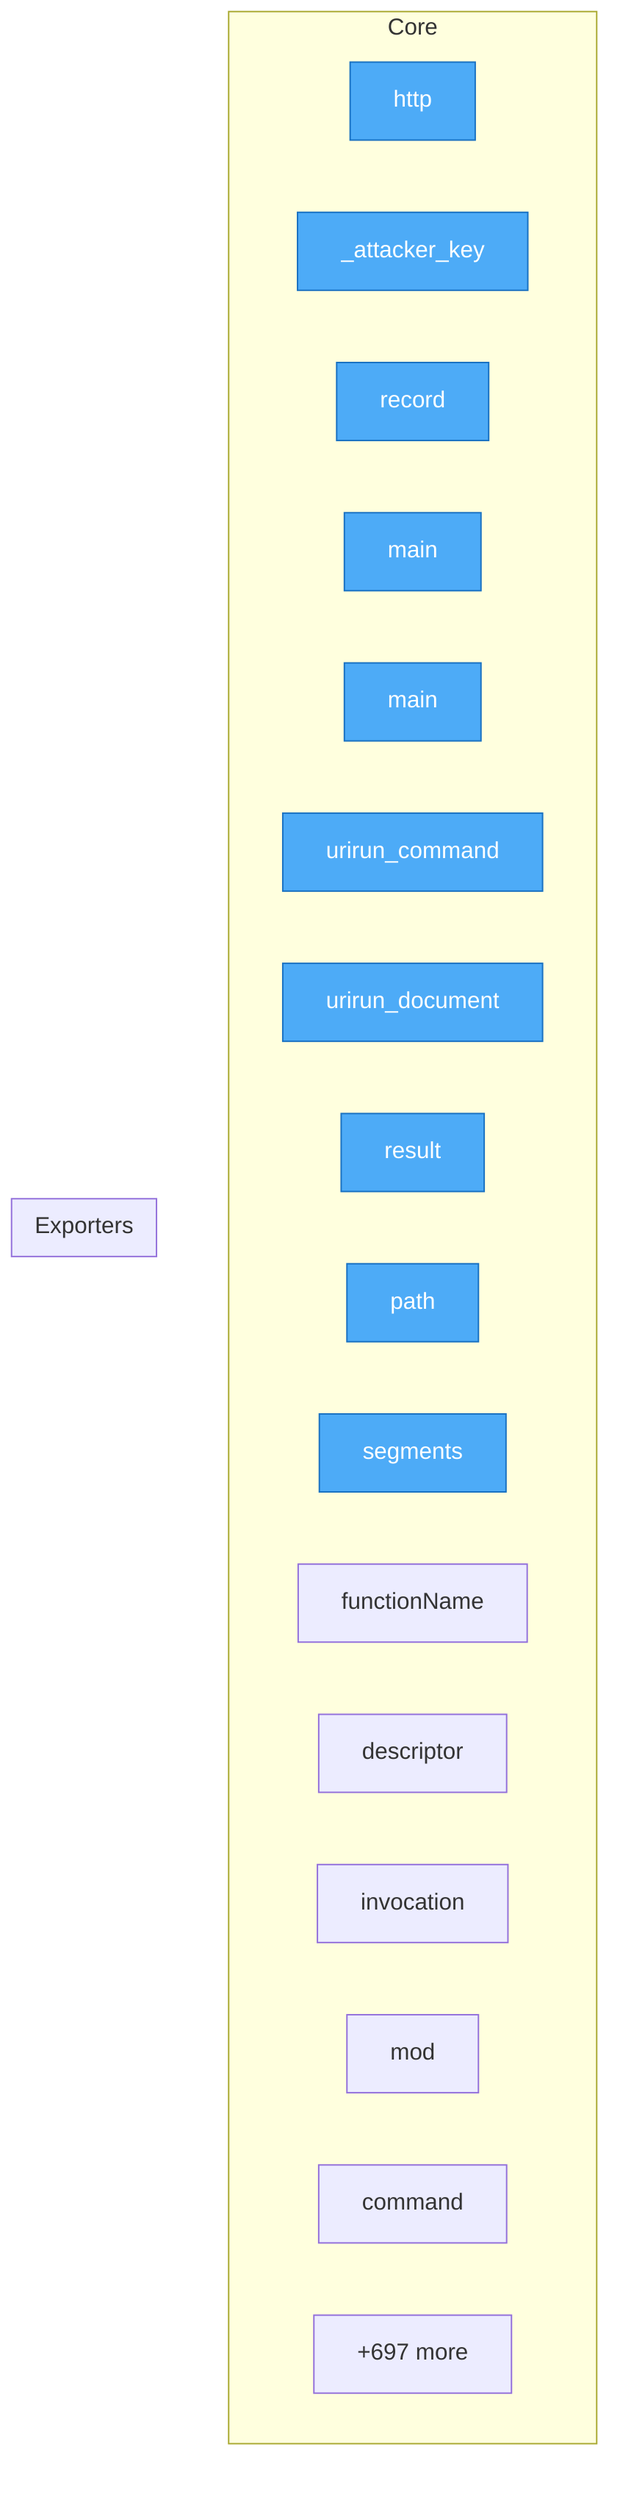
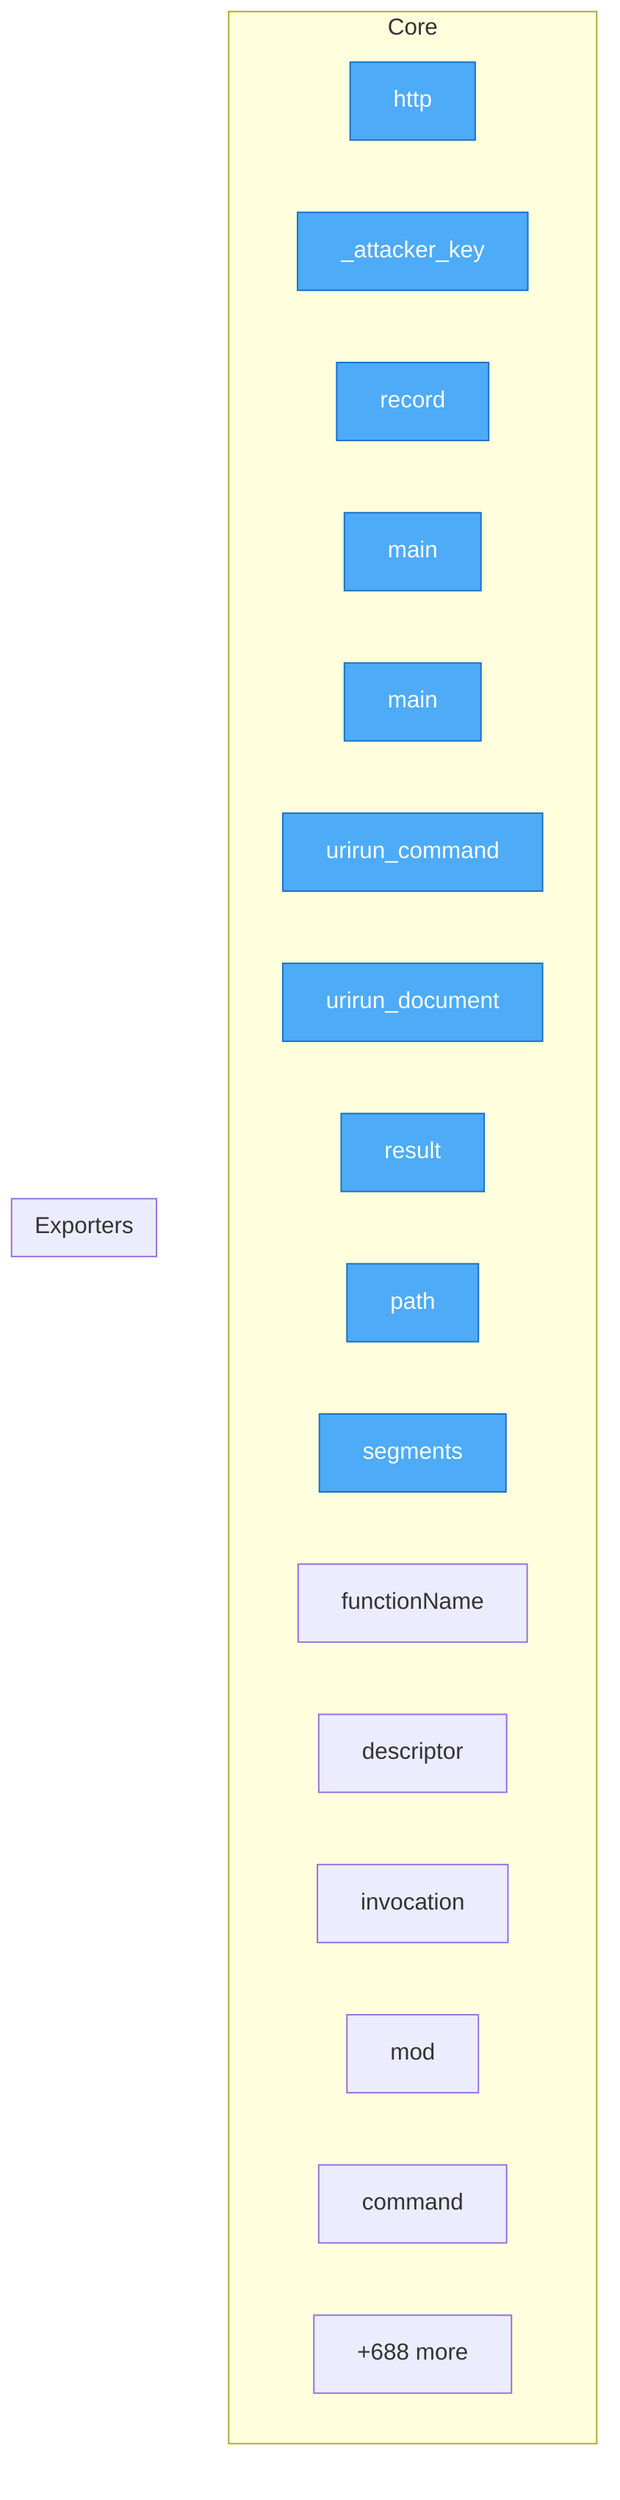
flowchart TD
%% generated in 0.04s

    %% Entry points (blue)
    classDef entry fill:#4dabf7,stroke:#1971c2,color:#fff

    subgraph Core
        security__mesh_probe__probe__http["http"]
        security__mesh_probe__probe___attacker_key["_attacker_key"]
        security__mesh_probe__probe__record["record"]
        adapters__conformance__main["main"]
        adapters__new_connector__main["main"]
        adapters__bash__urirun__urirun_command["urirun_command"]
        adapters__bash__urirun__urirun_document["urirun_document"]
        adapters__js__index__test__result["result"]
        adapters__js__path["path"]
        adapters__js__segments["segments"]
        adapters__js__functionName["functionName"]
        adapters__js__descriptor["descriptor"]
        adapters__js__invocation["invocation"]
        adapters__js__mod["mod"]
        adapters__java__Urirun__Urirun__command["command"]
-         ...["+697 more"]
+         ...["+688 more"]
    end

    subgraph Exporters
    end

    class security__mesh_probe__probe__http,security__mesh_probe__probe___attacker_key,security__mesh_probe__probe__record,adapters__conformance__main,adapters__new_connector__main,adapters__bash__urirun__urirun_command,adapters__bash__urirun__urirun_document,adapters__js__index__test__result,adapters__js__path,adapters__js__segments entry
